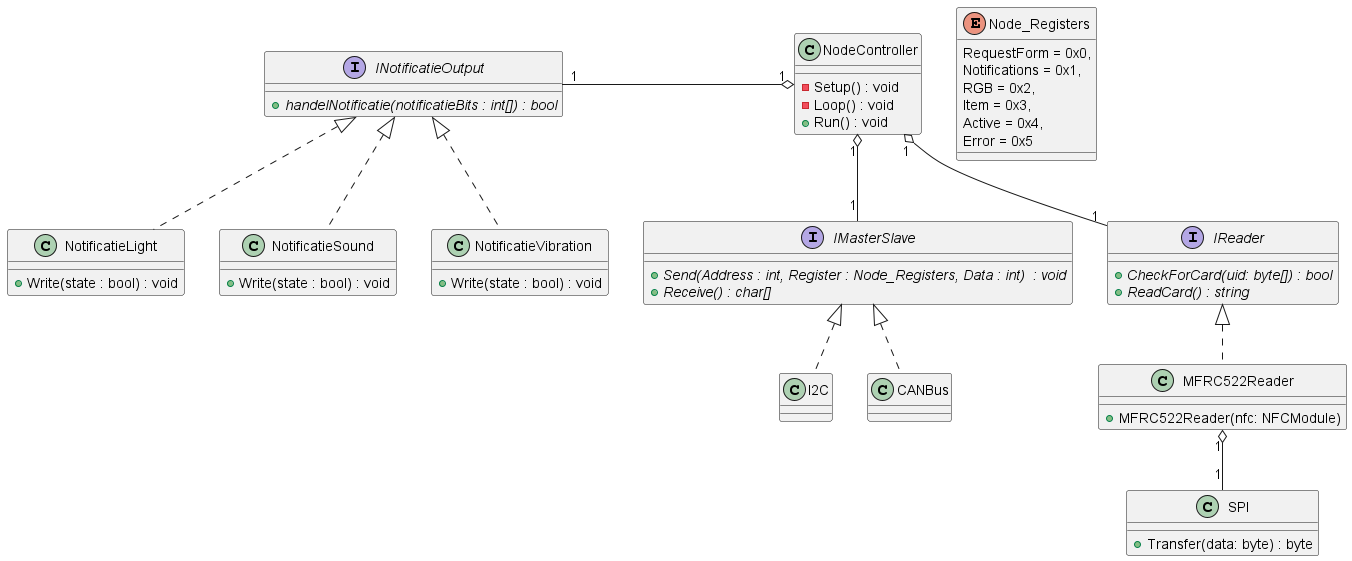
The PlantUML diagram Designs/Arduino nano/ClassDiagramReader.png in T3-FindIt/FindIt, before a commit. Its diagram source:
```plantuml
@startuml

Class NodeController
{
    {method} - Setup() : void
    {method} - Loop() : void
    {method} + Run() : void
}

Interface IMasterSlave
{
    {abstract} + Send(Address : int, Register : Node_Registers, Data : int)  : void
    {abstract} + Receive() : char[]
}

Interface INotificatieOutput
{
    {abstract} + handelNotificatie(notificatieBits : int[]) : bool
}

class NotificatieLight
{
    {method} + Write(state : bool) : void
}

class NotificatieSound
{
    {method} + Write(state : bool) : void
}

class NotificatieVibration
{
    {method} + Write(state : bool) : void
}

class SPI {
   {method} + Transfer(data: byte) : byte
}

interface IReader {
    {abstract} + CheckForCard(uid: byte[]) : bool
    {abstract} + ReadCard() : string
}

class MFRC522Reader {
    {method} + MFRC522Reader(nfc: NFCModule)
}

enum Node_Registers
{
    RequestForm = 0x0,
    Notifications = 0x1,
    RGB = 0x2,
    Item = 0x3,
    Active = 0x4,
    Error = 0x5
}

NodeController "1" o-left- "1" INotificatieOutput
NodeController "1" o-- "1" IMasterSlave
NodeController "1" o-- "1" IReader

INotificatieOutput <|.. NotificatieLight
INotificatieOutput <|.. NotificatieSound
INotificatieOutput <|.. NotificatieVibration

IMasterSlave <|.. I2C
IMasterSlave <|.. CANBus

IReader <|.. MFRC522Reader
MFRC522Reader "1" o-- "1" SPI

@enduml
```
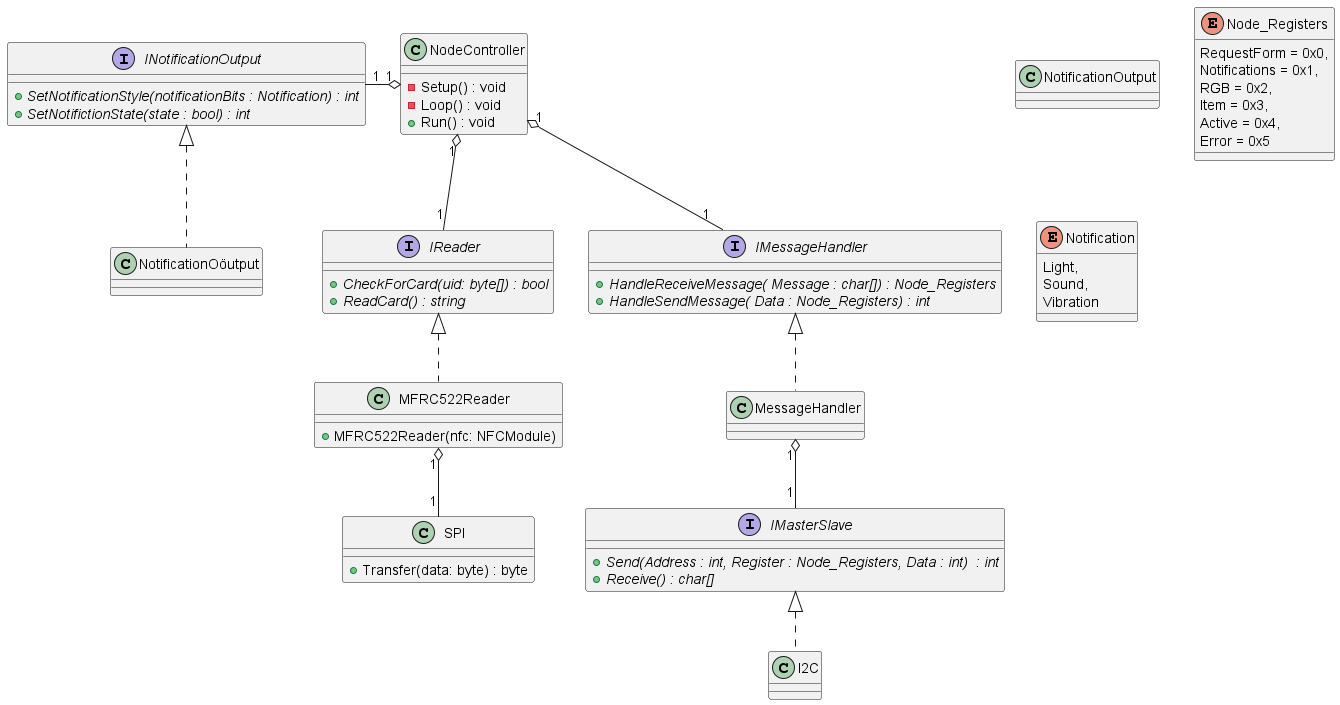
Later version of the same file.

Commit message:
update class diagram reader

The edit, as a diff of the source:
```diff
@@ -9,28 +9,18 @@
 
 Interface IMasterSlave
 {
-    {abstract} + Send(Address : int, Register : Node_Registers, Data : int)  : void
+    {abstract} + Send(Address : int, Register : Node_Registers, Data : int)  : int
     {abstract} + Receive() : char[]
 }
 
-Interface INotificatieOutput
+Interface INotificationOutput
 {
-    {abstract} + handelNotificatie(notificatieBits : int[]) : bool
+    {abstract} + SetNotificationStyle(notificationBits : Notification) : int
+    {abstract} + SetNotifictionState(state : bool) : int
 }
 
-class NotificatieLight
+class NotificationOutput
 {
-    {method} + Write(state : bool) : void
-}
-
-class NotificatieSound
-{
-    {method} + Write(state : bool) : void
-}
-
-class NotificatieVibration
-{
-    {method} + Write(state : bool) : void
 }
 
 class SPI {
@@ -46,6 +36,14 @@
     {method} + MFRC522Reader(nfc: NFCModule)
 }
 
+interface IMessageHandler {
+    {abstract} + HandleReceiveMessage( Message : char[]) : Node_Registers
+    {abstract} + HandleSendMessage( Data : Node_Registers) : int
+}
+
+class MessageHandler {
+}
+
 enum Node_Registers
 {
     RequestForm = 0x0,
@@ -56,16 +54,24 @@
     Error = 0x5
 }
 
-NodeController "1" o-left- "1" INotificatieOutput
-NodeController "1" o-- "1" IMasterSlave
+enum Notification
+{
+    Light,
+    Sound,
+    Vibration
+}
+
+NodeController "1" o-left- "1" INotificationOutput
 NodeController "1" o-- "1" IReader
+NodeController "1" o-- "1" IMessageHandler
 
-INotificatieOutput <|.. NotificatieLight
-INotificatieOutput <|.. NotificatieSound
-INotificatieOutput <|.. NotificatieVibration
+IMessageHandler <|.. MessageHandler
+
+MessageHandler "1" o-- "1" IMasterSlave
+
+INotificationOutput <|.. NotificationOöutput
 
 IMasterSlave <|.. I2C
-IMasterSlave <|.. CANBus
 
 IReader <|.. MFRC522Reader
 MFRC522Reader "1" o-- "1" SPI
```
